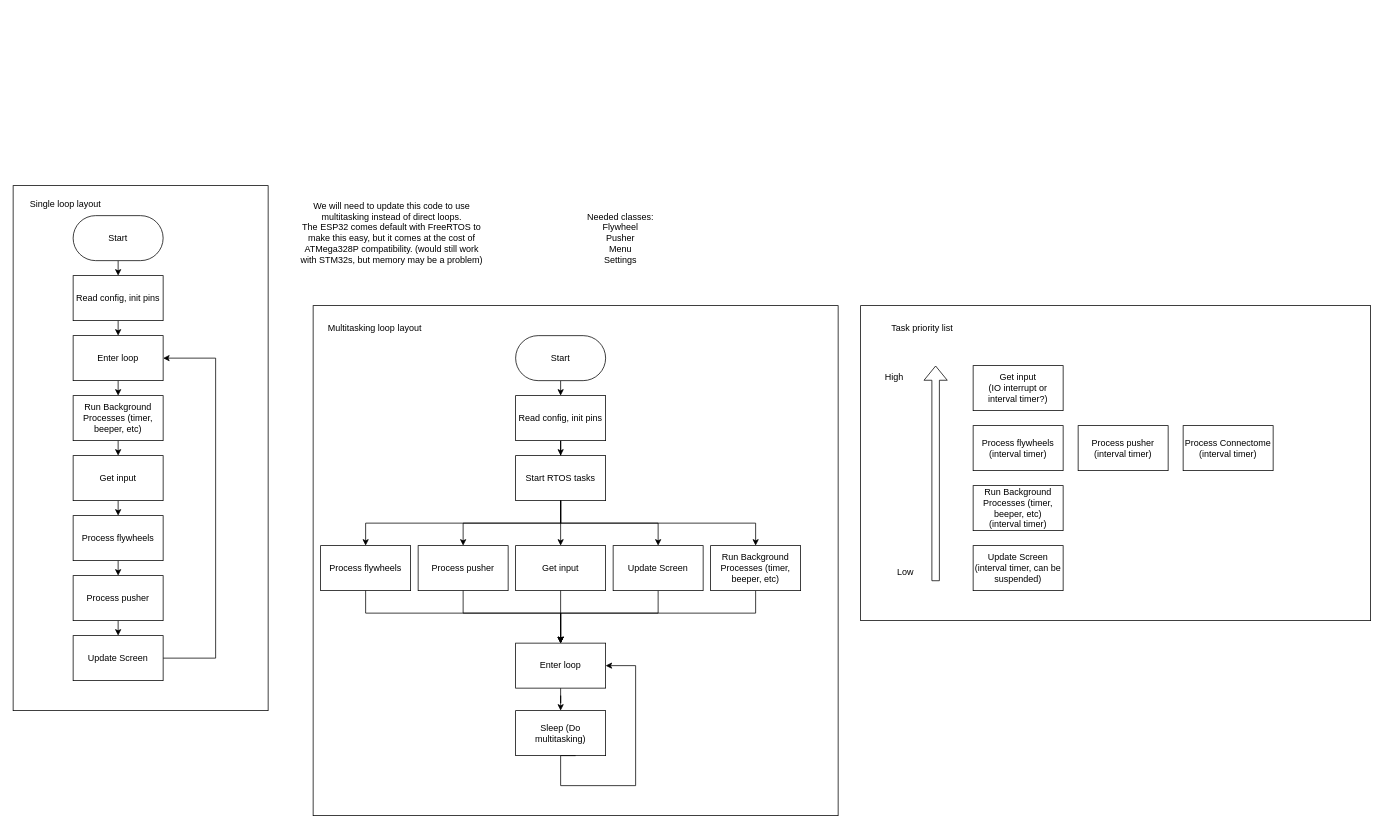
The draw.io diagram page "Main" (1 of 8) of Firmware/DetlaffDev/DettyFW/G4_Flowcode.drawio in DrGlaucous/G4, before the edit. Source tidied: cells renumbered, new cells numbered last; positions are measured from the earlier drawing's top-left corner, leaving out a move shared by most shapes. Both pictures are drawn from the tidied source at 75%, with x=0, y=0 at pixel (13, 182).
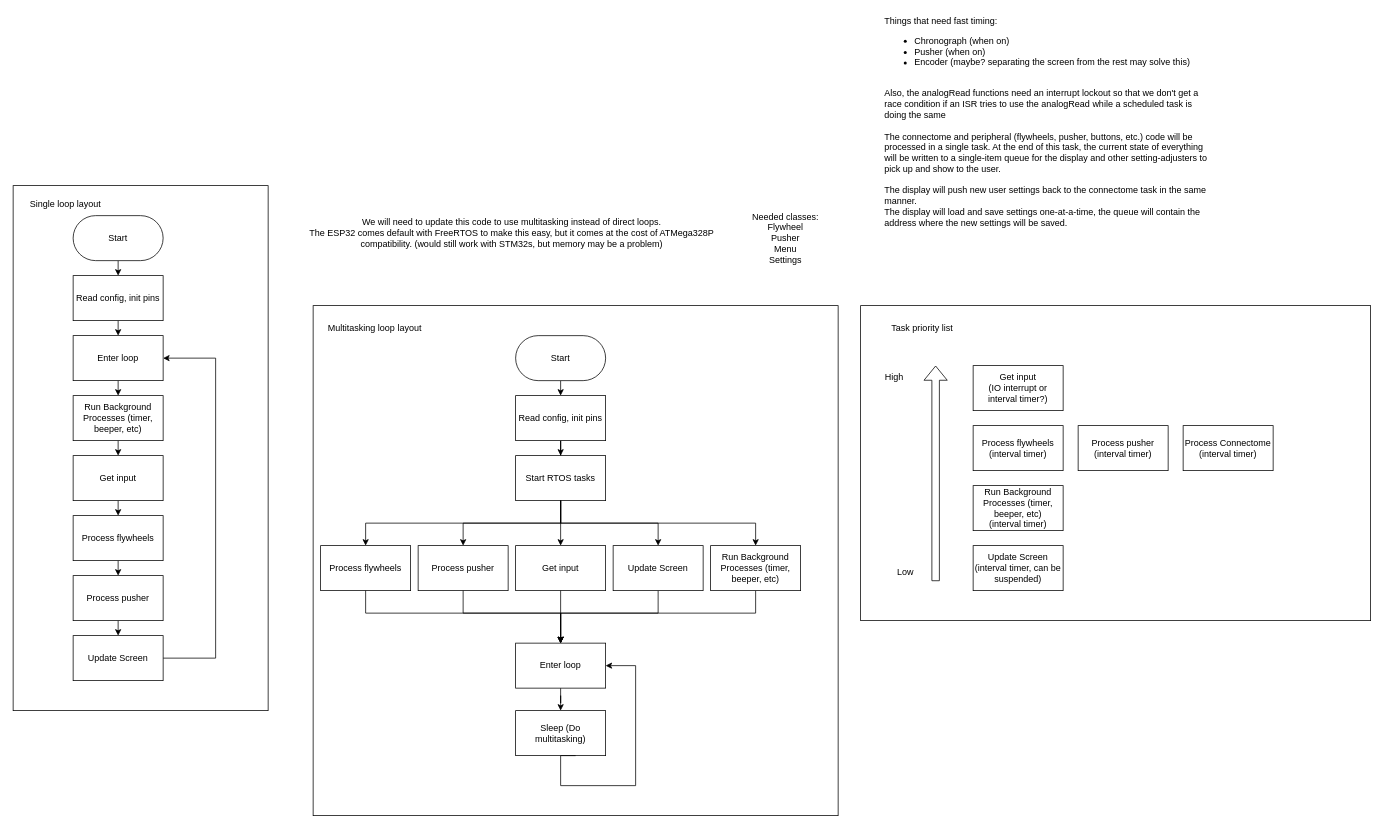
The same page after the edit.

Change to the diagram source:
```diff
@@
     <mxCell id="20" value="Needed classes:&lt;br&gt;Flywheel&lt;br&gt;Pusher&lt;br&gt;Menu&lt;br&gt;Settings" style="text;html=1;strokeColor=none;fillColor=none;align=center;verticalAlign=middle;whiteSpace=wrap;rounded=0;" parent="1" vertex="1">
-      <mxGeometry x="730" y="15" width="160" height="120" as="geometry" />
+      <mxGeometry x="950" y="15" width="160" height="120" as="geometry" />
     </mxCell>
     <mxCell id="21" value="We will need to update this code to use multitasking instead of direct loops.&lt;br&gt;The ESP32 comes default with FreeRTOS to make this easy, but it comes at the cost of ATMega328P compatibility. (would still work with STM32s, but memory may be a problem)&lt;br&gt;&lt;br&gt;" style="text;html=1;strokeColor=none;fillColor=none;align=center;verticalAlign=middle;whiteSpace=wrap;rounded=0;" parent="1" vertex="1">
-      <mxGeometry x="380" width="250" height="150" as="geometry" />
+      <mxGeometry x="380" width="570" height="150" as="geometry" />
     </mxCell>
@@
+    <mxCell id="59" value="Things that need fast timing:&lt;br&gt;&lt;ul&gt;&lt;li&gt;Chronograph (when on)&lt;/li&gt;&lt;li&gt;Pusher (when on)&lt;/li&gt;&lt;li&gt;Encoder (maybe? separating the screen from the rest may solve this)&lt;/li&gt;&lt;/ul&gt;&lt;br&gt;Also, the analogRead functions need an interrupt lockout so that we don't get a race condition if an ISR tries to use the analogRead while a scheduled task is doing the same&lt;br&gt;&lt;br&gt;The connectome and peripheral (flywheels, pusher, buttons, etc.) code will be processed in a single task. At the end of this task, the current state of everything will be written to a single-item queue for the display and other setting-adjusters to pick up and show to the user.&lt;br&gt;&amp;nbsp;&lt;br&gt;The display will push new user settings back to the connectome task in the same manner.&lt;br&gt;The display will load and save settings one-at-a-time, the queue will contain the address where the new settings will be saved." style="text;html=1;strokeColor=none;fillColor=none;align=left;verticalAlign=middle;whiteSpace=wrap;rounded=0;" parent="1" vertex="1">
+      <mxGeometry x="1160" y="-225" width="440" height="290" as="geometry" />
+    </mxCell>
```
